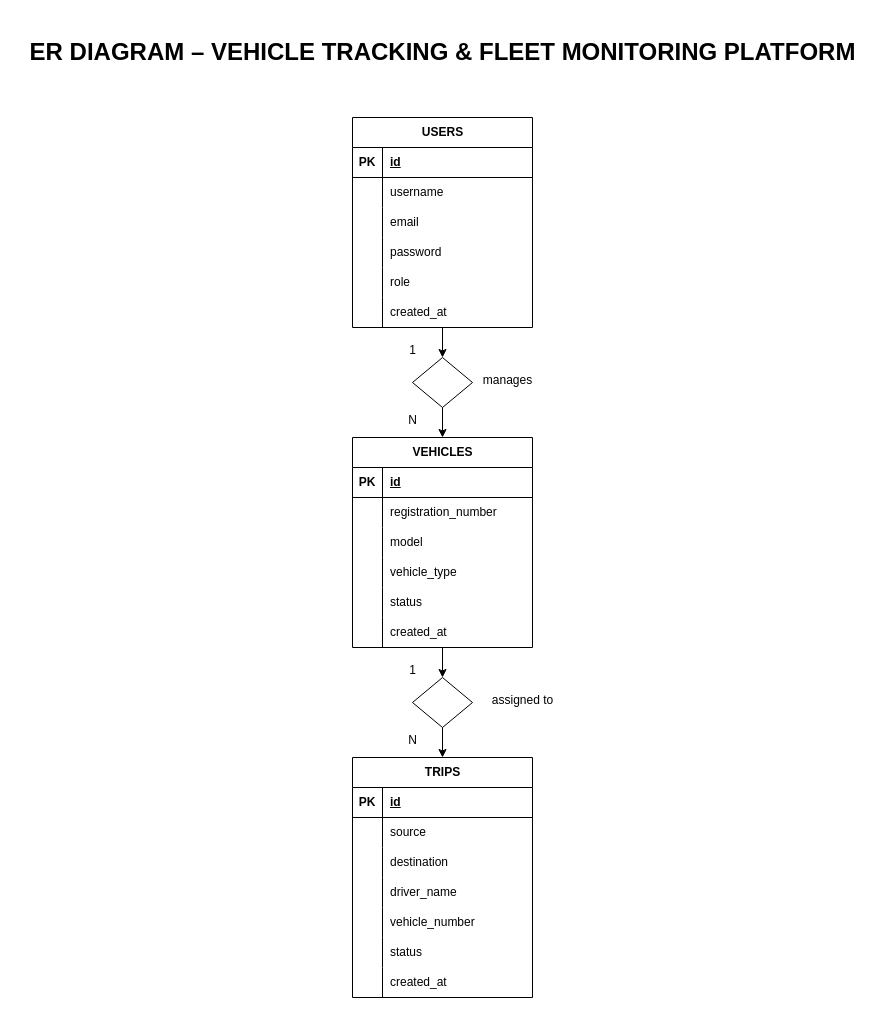
Abishekcoder18/vehicle-tracking-platform keeps this draw.io diagram as docs/diagrams/ER-diagram.drawio. Above is the earlier version. Source tidied: cells renumbered, new cells numbered last; positions are measured from the earlier drawing's top-left corner, leaving out a move shared by most shapes. Both pictures are drawn from the tidied source at 100%, with x=0, y=0 at pixel (17, 17).
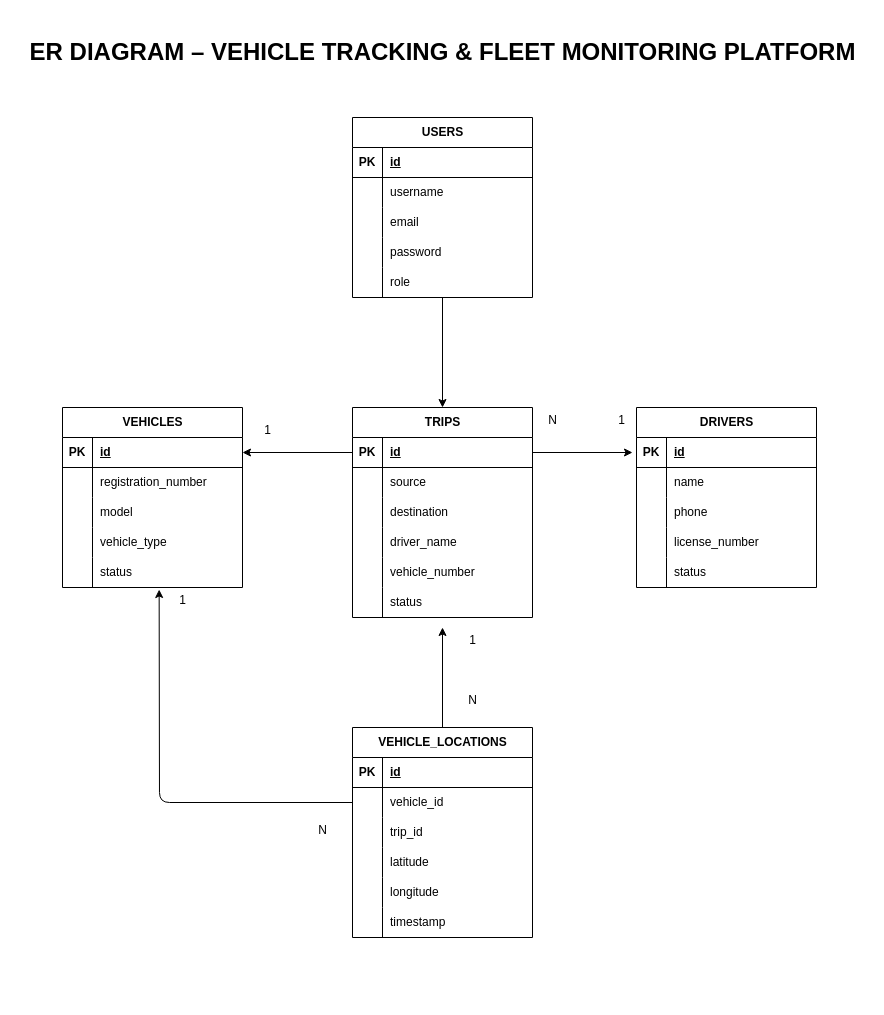
The same diagram, later.

Unchanged cells that the change refers to:
```xml
<mxCell id="23" style="shape=tableRow;horizontal=0;startSize=0;swimlaneHead=0;swimlaneBody=0;fillColor=none;points=[[0,0.5],[1,0.5]];portConstraint=eastwest;top=0;left=0;right=0;bottom=1;" parent="22" vertex="1">
  <mxGeometry y="30" width="180" height="30" as="geometry" />
</mxCell>
<mxCell id="35" style="shape=tableRow;horizontal=0;startSize=0;swimlaneHead=0;swimlaneBody=0;fillColor=none;points=[[0,0.5],[1,0.5]];portConstraint=eastwest;top=0;left=0;right=0;bottom=0;" parent="22" vertex="1">
  <mxGeometry y="150" width="180" height="30" as="geometry" />
</mxCell>
<mxCell id="42" style="shape=tableRow;horizontal=0;startSize=0;swimlaneHead=0;swimlaneBody=0;fillColor=none;points=[[0,0.5],[1,0.5]];portConstraint=eastwest;top=0;left=0;right=0;bottom=1;" parent="41" vertex="1">
  <mxGeometry y="30" width="180" height="30" as="geometry" />
</mxCell>
```

Diff of the diagram source:
```diff
@@
-    <mxCell id="2" style="edgeStyle=none;html=1;" parent="1" edge="1" source="3" target="64">
-      <mxGeometry relative="1" as="geometry" />
-    </mxCell>
+    <mxCell id="75" style="edgeStyle=none;html=1;entryX=0.5;entryY=0;entryDx=0;entryDy=0;" parent="1" edge="1" source="3" target="41">
+      <mxGeometry relative="1" as="geometry" />
+    </mxCell>
     <mxCell id="3" value="USERS" style="shape=table;startSize=30;childLayout=tableLayout;rowLines=0;fontStyle=1;align=center;html=1;" parent="1" vertex="1">
-      <mxGeometry x="335" y="100" width="180" height="210" as="geometry" />
+      <mxGeometry x="335" y="100" width="180" height="180" as="geometry" />
     </mxCell>
@@
-    <mxCell id="19" style="shape=tableRow;horizontal=0;startSize=0;swimlaneHead=0;swimlaneBody=0;fillColor=none;top=0;left=0;right=0;bottom=0;" parent="3" vertex="1">
-      <mxGeometry y="180" width="180" height="30" as="geometry" />
-    </mxCell>
-    <mxCell id="20" style="shape=partialRectangle;fillColor=none;top=0;left=0;bottom=0;right=0;overflow=hidden;whiteSpace=wrap;html=1;" parent="19" vertex="1">
-      <mxGeometry width="30" height="30" as="geometry" />
-    </mxCell>
-    <mxCell id="21" value="created_at" style="shape=partialRectangle;fillColor=none;top=0;left=0;bottom=0;right=0;align=left;spacingLeft=6;overflow=hidden;whiteSpace=wrap;html=1;" parent="19" vertex="1">
-      <mxGeometry x="30" width="150" height="30" as="geometry" />
-    </mxCell>
     <mxCell id="22" value="VEHICLES" style="shape=table;startSize=30;childLayout=tableLayout;rowLines=0;fontStyle=1;align=center;html=1;" parent="1" vertex="1">
-      <mxGeometry x="335" y="420" width="180" height="210" as="geometry" />
+      <mxGeometry x="45" y="390" width="180" height="180" as="geometry" />
     </mxCell>
@@
-    <mxCell id="38" style="shape=tableRow;horizontal=0;startSize=0;swimlaneHead=0;swimlaneBody=0;fillColor=none;top=0;left=0;right=0;bottom=0;" parent="22" vertex="1">
-      <mxGeometry y="180" width="180" height="30" as="geometry" />
-    </mxCell>
-    <mxCell id="39" style="shape=partialRectangle;fillColor=none;top=0;left=0;bottom=0;right=0;overflow=hidden;whiteSpace=wrap;html=1;" parent="38" vertex="1">
-      <mxGeometry width="30" height="30" as="geometry" />
-    </mxCell>
-    <mxCell id="40" value="created_at" style="shape=partialRectangle;fillColor=none;top=0;left=0;bottom=0;right=0;align=left;spacingLeft=6;overflow=hidden;whiteSpace=wrap;html=1;" parent="38" vertex="1">
-      <mxGeometry x="30" width="150" height="30" as="geometry" />
-    </mxCell>
     <mxCell id="41" value="TRIPS" style="shape=table;startSize=30;childLayout=tableLayout;rowLines=0;fontStyle=1;align=center;html=1;" parent="1" vertex="1">
-      <mxGeometry x="335" y="740" width="180" height="240" as="geometry" />
+      <mxGeometry x="335" y="390" width="180" height="210" as="geometry" />
     </mxCell>
@@
-    <mxCell id="60" style="shape=tableRow;horizontal=0;startSize=0;swimlaneHead=0;swimlaneBody=0;fillColor=none;top=0;left=0;right=0;bottom=0;" parent="41" vertex="1">
-      <mxGeometry y="210" width="180" height="30" as="geometry" />
-    </mxCell>
-    <mxCell id="61" style="shape=partialRectangle;fillColor=none;top=0;left=0;bottom=0;right=0;overflow=hidden;whiteSpace=wrap;html=1;" parent="60" vertex="1">
-      <mxGeometry width="30" height="30" as="geometry" />
-    </mxCell>
-    <mxCell id="62" value="created_at" style="shape=partialRectangle;fillColor=none;top=0;left=0;bottom=0;right=0;align=left;spacingLeft=6;overflow=hidden;whiteSpace=wrap;html=1;" parent="60" vertex="1">
-      <mxGeometry x="30" width="150" height="30" as="geometry" />
-    </mxCell>
-    <mxCell id="63" style="edgeStyle=none;html=1;" parent="1" edge="1" source="64">
-      <mxGeometry relative="1" as="geometry">
-        <mxPoint x="425" y="420" as="targetPoint" />
-      </mxGeometry>
-    </mxCell>
-    <mxCell id="64" style="shape=rhombus;html=1;dashed=0;whiteSpace=wrap;perimeter=rhombusPerimeter;" parent="1" vertex="1">
-      <mxGeometry x="395" y="340" width="60" height="50" as="geometry" />
-    </mxCell>
-    <mxCell id="65" style="edgeStyle=none;html=1;" parent="1" edge="1" target="67">
-      <mxGeometry relative="1" as="geometry">
-        <mxPoint x="425" y="630" as="sourcePoint" />
-      </mxGeometry>
-    </mxCell>
-    <mxCell id="66" style="edgeStyle=none;html=1;entryX=0.5;entryY=0;entryDx=0;entryDy=0;" parent="1" edge="1" source="67" target="41">
-      <mxGeometry relative="1" as="geometry" />
-    </mxCell>
-    <mxCell id="67" style="shape=rhombus;html=1;dashed=0;whiteSpace=wrap;perimeter=rhombusPerimeter;" parent="1" vertex="1">
-      <mxGeometry x="395" y="660" width="60" height="50" as="geometry" />
-    </mxCell>
-    <mxCell id="68" value="1" style="text;html=1;align=center;verticalAlign=middle;strokeColor=none;fillColor=none;" parent="1" vertex="1">
-      <mxGeometry x="380" y="318" width="30" height="30" as="geometry" />
-    </mxCell>
-    <mxCell id="69" value="N" style="text;html=1;align=center;verticalAlign=middle;strokeColor=none;fillColor=none;" parent="1" vertex="1">
-      <mxGeometry x="380" y="388" width="30" height="30" as="geometry" />
-    </mxCell>
-    <mxCell id="70" value="manages" style="text;html=1;align=center;verticalAlign=middle;strokeColor=none;fillColor=none;" parent="1" vertex="1">
-      <mxGeometry x="455" y="348" width="70" height="30" as="geometry" />
-    </mxCell>
-    <mxCell id="71" value="assigned to" style="text;html=1;align=center;verticalAlign=middle;strokeColor=none;fillColor=none;" parent="1" vertex="1">
-      <mxGeometry x="465" y="668" width="80" height="30" as="geometry" />
-    </mxCell>
-    <mxCell id="72" value="1" style="text;html=1;align=center;verticalAlign=middle;strokeColor=none;fillColor=none;" parent="1" vertex="1">
-      <mxGeometry x="380" y="638" width="30" height="30" as="geometry" />
-    </mxCell>
-    <mxCell id="73" value="N" style="text;html=1;align=center;verticalAlign=middle;strokeColor=none;fillColor=none;" parent="1" vertex="1">
-      <mxGeometry x="380" y="708" width="30" height="30" as="geometry" />
-    </mxCell>
@@
+    <mxCell id="76" style="edgeStyle=none;html=1;" parent="1" edge="1" source="77">
+      <mxGeometry relative="1" as="geometry">
+        <mxPoint x="425" y="610" as="targetPoint" />
+      </mxGeometry>
+    </mxCell>
+    <mxCell id="77" value="VEHICLE_LOCATIONS" style="shape=table;startSize=30;childLayout=tableLayout;rowLines=0;fontStyle=1;align=center;html=1;" parent="1" vertex="1">
+      <mxGeometry x="335" y="710" width="180" height="210" as="geometry" />
+    </mxCell>
+    <mxCell id="78" style="shape=tableRow;horizontal=0;startSize=0;swimlaneHead=0;swimlaneBody=0;fillColor=none;top=0;left=0;right=0;bottom=1;" parent="77" vertex="1">
+      <mxGeometry y="30" width="180" height="30" as="geometry" />
+    </mxCell>
+    <mxCell id="79" value="PK" style="shape=partialRectangle;fillColor=none;top=0;left=0;bottom=0;right=0;fontStyle=1;overflow=hidden;whiteSpace=wrap;html=1;" parent="78" vertex="1">
+      <mxGeometry width="30" height="30" as="geometry" />
+    </mxCell>
+    <mxCell id="80" value="id" style="shape=partialRectangle;fillColor=none;top=0;left=0;bottom=0;right=0;align=left;spacingLeft=6;fontStyle=5;overflow=hidden;whiteSpace=wrap;html=1;" parent="78" vertex="1">
+      <mxGeometry x="30" width="150" height="30" as="geometry" />
+    </mxCell>
+    <mxCell id="81" style="shape=tableRow;horizontal=0;startSize=0;swimlaneHead=0;swimlaneBody=0;fillColor=none;points=[[0,0.5],[1,0.5]];portConstraint=eastwest;top=0;left=0;right=0;bottom=0;" parent="77" vertex="1">
+      <mxGeometry y="60" width="180" height="30" as="geometry" />
+    </mxCell>
+    <mxCell id="82" style="shape=partialRectangle;fillColor=none;top=0;left=0;bottom=0;right=0;overflow=hidden;whiteSpace=wrap;html=1;" parent="81" vertex="1">
+      <mxGeometry width="30" height="30" as="geometry" />
+    </mxCell>
+    <mxCell id="83" value="vehicle_id          " style="shape=partialRectangle;fillColor=none;top=0;left=0;bottom=0;right=0;align=left;spacingLeft=6;overflow=hidden;whiteSpace=wrap;html=1;" parent="81" vertex="1">
+      <mxGeometry x="30" width="150" height="30" as="geometry" />
+    </mxCell>
+    <mxCell id="84" style="shape=tableRow;horizontal=0;startSize=0;swimlaneHead=0;swimlaneBody=0;fillColor=none;top=0;left=0;right=0;bottom=0;" parent="77" vertex="1">
+      <mxGeometry y="90" width="180" height="30" as="geometry" />
+    </mxCell>
+    <mxCell id="85" style="shape=partialRectangle;fillColor=none;top=0;left=0;bottom=0;right=0;overflow=hidden;whiteSpace=wrap;html=1;" parent="84" vertex="1">
+      <mxGeometry width="30" height="30" as="geometry" />
+    </mxCell>
+    <mxCell id="86" value="trip_id             " style="shape=partialRectangle;fillColor=none;top=0;left=0;bottom=0;right=0;align=left;spacingLeft=6;overflow=hidden;whiteSpace=wrap;html=1;" parent="84" vertex="1">
+      <mxGeometry x="30" width="150" height="30" as="geometry" />
+    </mxCell>
+    <mxCell id="87" style="shape=tableRow;horizontal=0;startSize=0;swimlaneHead=0;swimlaneBody=0;fillColor=none;top=0;left=0;right=0;bottom=0;" parent="77" vertex="1">
+      <mxGeometry y="120" width="180" height="30" as="geometry" />
+    </mxCell>
+    <mxCell id="88" style="shape=partialRectangle;fillColor=none;top=0;left=0;bottom=0;right=0;overflow=hidden;whiteSpace=wrap;html=1;" parent="87" vertex="1">
+      <mxGeometry width="30" height="30" as="geometry" />
+    </mxCell>
+    <mxCell id="89" value="latitude            " style="shape=partialRectangle;fillColor=none;top=0;left=0;bottom=0;right=0;align=left;spacingLeft=6;overflow=hidden;whiteSpace=wrap;html=1;" parent="87" vertex="1">
+      <mxGeometry x="30" width="150" height="30" as="geometry" />
+    </mxCell>
+    <mxCell id="90" style="shape=tableRow;horizontal=0;startSize=0;swimlaneHead=0;swimlaneBody=0;fillColor=none;top=0;left=0;right=0;bottom=0;" parent="77" vertex="1">
+      <mxGeometry y="150" width="180" height="30" as="geometry" />
+    </mxCell>
+    <mxCell id="91" style="shape=partialRectangle;fillColor=none;top=0;left=0;bottom=0;right=0;overflow=hidden;whiteSpace=wrap;html=1;" parent="90" vertex="1">
+      <mxGeometry width="30" height="30" as="geometry" />
+    </mxCell>
+    <mxCell id="92" value="longitude           " style="shape=partialRectangle;fillColor=none;top=0;left=0;bottom=0;right=0;align=left;spacingLeft=6;overflow=hidden;whiteSpace=wrap;html=1;" parent="90" vertex="1">
+      <mxGeometry x="30" width="150" height="30" as="geometry" />
+    </mxCell>
+    <mxCell id="93" style="shape=tableRow;horizontal=0;startSize=0;swimlaneHead=0;swimlaneBody=0;fillColor=none;top=0;left=0;right=0;bottom=0;" parent="77" vertex="1">
+      <mxGeometry y="180" width="180" height="30" as="geometry" />
+    </mxCell>
+    <mxCell id="94" style="shape=partialRectangle;fillColor=none;top=0;left=0;bottom=0;right=0;overflow=hidden;whiteSpace=wrap;html=1;" parent="93" vertex="1">
+      <mxGeometry width="30" height="30" as="geometry" />
+    </mxCell>
+    <mxCell id="95" value="timestamp           " style="shape=partialRectangle;fillColor=none;top=0;left=0;bottom=0;right=0;align=left;spacingLeft=6;overflow=hidden;whiteSpace=wrap;html=1;" parent="93" vertex="1">
+      <mxGeometry x="30" width="150" height="30" as="geometry" />
+    </mxCell>
+    <mxCell id="96" value="DRIVERS" style="shape=table;startSize=30;childLayout=tableLayout;rowLines=0;fontStyle=1;align=center;html=1;" parent="1" vertex="1">
+      <mxGeometry x="619" y="390" width="180" height="180" as="geometry" />
+    </mxCell>
+    <mxCell id="97" style="shape=tableRow;horizontal=0;startSize=0;swimlaneHead=0;swimlaneBody=0;fillColor=none;top=0;left=0;right=0;bottom=1;" parent="96" vertex="1">
+      <mxGeometry y="30" width="180" height="30" as="geometry" />
+    </mxCell>
+    <mxCell id="98" value="PK" style="shape=partialRectangle;fillColor=none;top=0;left=0;bottom=0;right=0;fontStyle=1;overflow=hidden;whiteSpace=wrap;html=1;" parent="97" vertex="1">
+      <mxGeometry width="30" height="30" as="geometry" />
+    </mxCell>
+    <mxCell id="99" value="id" style="shape=partialRectangle;fillColor=none;top=0;left=0;bottom=0;right=0;align=left;spacingLeft=6;fontStyle=5;overflow=hidden;whiteSpace=wrap;html=1;" parent="97" vertex="1">
+      <mxGeometry x="30" width="150" height="30" as="geometry" />
+    </mxCell>
+    <mxCell id="100" style="shape=tableRow;horizontal=0;startSize=0;swimlaneHead=0;swimlaneBody=0;fillColor=none;top=0;left=0;right=0;bottom=0;" parent="96" vertex="1">
+      <mxGeometry y="60" width="180" height="30" as="geometry" />
+    </mxCell>
+    <mxCell id="101" style="shape=partialRectangle;fillColor=none;top=0;left=0;bottom=0;right=0;overflow=hidden;whiteSpace=wrap;html=1;" parent="100" vertex="1">
+      <mxGeometry width="30" height="30" as="geometry" />
+    </mxCell>
+    <mxCell id="102" value="name" style="shape=partialRectangle;fillColor=none;top=0;left=0;bottom=0;right=0;align=left;spacingLeft=6;overflow=hidden;whiteSpace=wrap;html=1;" parent="100" vertex="1">
+      <mxGeometry x="30" width="150" height="30" as="geometry" />
+    </mxCell>
+    <mxCell id="103" style="shape=tableRow;horizontal=0;startSize=0;swimlaneHead=0;swimlaneBody=0;fillColor=none;top=0;left=0;right=0;bottom=0;" parent="96" vertex="1">
+      <mxGeometry y="90" width="180" height="30" as="geometry" />
+    </mxCell>
+    <mxCell id="104" style="shape=partialRectangle;fillColor=none;top=0;left=0;bottom=0;right=0;overflow=hidden;whiteSpace=wrap;html=1;" parent="103" vertex="1">
+      <mxGeometry width="30" height="30" as="geometry" />
+    </mxCell>
+    <mxCell id="105" value="phone" style="shape=partialRectangle;fillColor=none;top=0;left=0;bottom=0;right=0;align=left;spacingLeft=6;overflow=hidden;whiteSpace=wrap;html=1;" parent="103" vertex="1">
+      <mxGeometry x="30" width="150" height="30" as="geometry" />
+    </mxCell>
+    <mxCell id="106" style="shape=tableRow;horizontal=0;startSize=0;swimlaneHead=0;swimlaneBody=0;fillColor=none;top=0;left=0;right=0;bottom=0;" parent="96" vertex="1">
+      <mxGeometry y="120" width="180" height="30" as="geometry" />
+    </mxCell>
+    <mxCell id="107" style="shape=partialRectangle;fillColor=none;top=0;left=0;bottom=0;right=0;overflow=hidden;whiteSpace=wrap;html=1;" parent="106" vertex="1">
+      <mxGeometry width="30" height="30" as="geometry" />
+    </mxCell>
+    <mxCell id="108" value="license_number      " style="shape=partialRectangle;fillColor=none;top=0;left=0;bottom=0;right=0;align=left;spacingLeft=6;overflow=hidden;whiteSpace=wrap;html=1;" parent="106" vertex="1">
+      <mxGeometry x="30" width="150" height="30" as="geometry" />
+    </mxCell>
+    <mxCell id="109" style="shape=tableRow;horizontal=0;startSize=0;swimlaneHead=0;swimlaneBody=0;fillColor=none;top=0;left=0;right=0;bottom=0;" parent="96" vertex="1">
+      <mxGeometry y="150" width="180" height="30" as="geometry" />
+    </mxCell>
+    <mxCell id="110" style="shape=partialRectangle;fillColor=none;top=0;left=0;bottom=0;right=0;overflow=hidden;whiteSpace=wrap;html=1;" parent="109" vertex="1">
+      <mxGeometry width="30" height="30" as="geometry" />
+    </mxCell>
+    <mxCell id="111" value="status" style="shape=partialRectangle;fillColor=none;top=0;left=0;bottom=0;right=0;align=left;spacingLeft=6;overflow=hidden;whiteSpace=wrap;html=1;" parent="109" vertex="1">
+      <mxGeometry x="30" width="150" height="30" as="geometry" />
+    </mxCell>
+    <mxCell id="112" style="edgeStyle=none;html=1;" parent="1" edge="1" source="42">
+      <mxGeometry relative="1" as="geometry">
+        <mxPoint x="615" y="435" as="targetPoint" />
+      </mxGeometry>
+    </mxCell>
+    <mxCell id="113" style="edgeStyle=none;html=1;entryX=1;entryY=0.5;entryDx=0;entryDy=0;" parent="1" edge="1" source="42" target="23">
+      <mxGeometry relative="1" as="geometry" />
+    </mxCell>
+    <mxCell id="114" style="edgeStyle=none;html=1;entryX=0.537;entryY=1.067;entryDx=0;entryDy=0;entryPerimeter=0;" parent="1" edge="1" source="81" target="35">
+      <mxGeometry relative="1" as="geometry">
+        <Array as="points">
+          <mxPoint x="142" y="785" />
+        </Array>
+      </mxGeometry>
+    </mxCell>
+    <mxCell id="115" value="1" style="text;html=1;align=center;verticalAlign=middle;strokeColor=none;fillColor=none;" parent="1" vertex="1">
+      <mxGeometry x="235" y="398" width="30" height="30" as="geometry" />
+    </mxCell>
+    <mxCell id="116" value="1" style="text;html=1;align=center;verticalAlign=middle;strokeColor=none;fillColor=none;" parent="1" vertex="1">
+      <mxGeometry x="150" y="568" width="30" height="30" as="geometry" />
+    </mxCell>
+    <mxCell id="117" value="N" style="text;html=1;align=center;verticalAlign=middle;strokeColor=none;fillColor=none;" parent="1" vertex="1">
+      <mxGeometry x="290" y="798" width="30" height="30" as="geometry" />
+    </mxCell>
+    <mxCell id="118" value="1" style="text;html=1;align=center;verticalAlign=middle;strokeColor=none;fillColor=none;" parent="1" vertex="1">
+      <mxGeometry x="440" y="608" width="30" height="30" as="geometry" />
+    </mxCell>
+    <mxCell id="119" value="N" style="text;html=1;align=center;verticalAlign=middle;strokeColor=none;fillColor=none;" parent="1" vertex="1">
+      <mxGeometry x="440" y="668" width="30" height="30" as="geometry" />
+    </mxCell>
+    <mxCell id="120" value="N" style="text;html=1;align=center;verticalAlign=middle;strokeColor=none;fillColor=none;" parent="1" vertex="1">
+      <mxGeometry x="520" y="388" width="30" height="30" as="geometry" />
+    </mxCell>
+    <mxCell id="121" value="1" style="text;html=1;align=center;verticalAlign=middle;strokeColor=none;fillColor=none;" parent="1" vertex="1">
+      <mxGeometry x="589" y="388" width="30" height="30" as="geometry" />
+    </mxCell>
```
